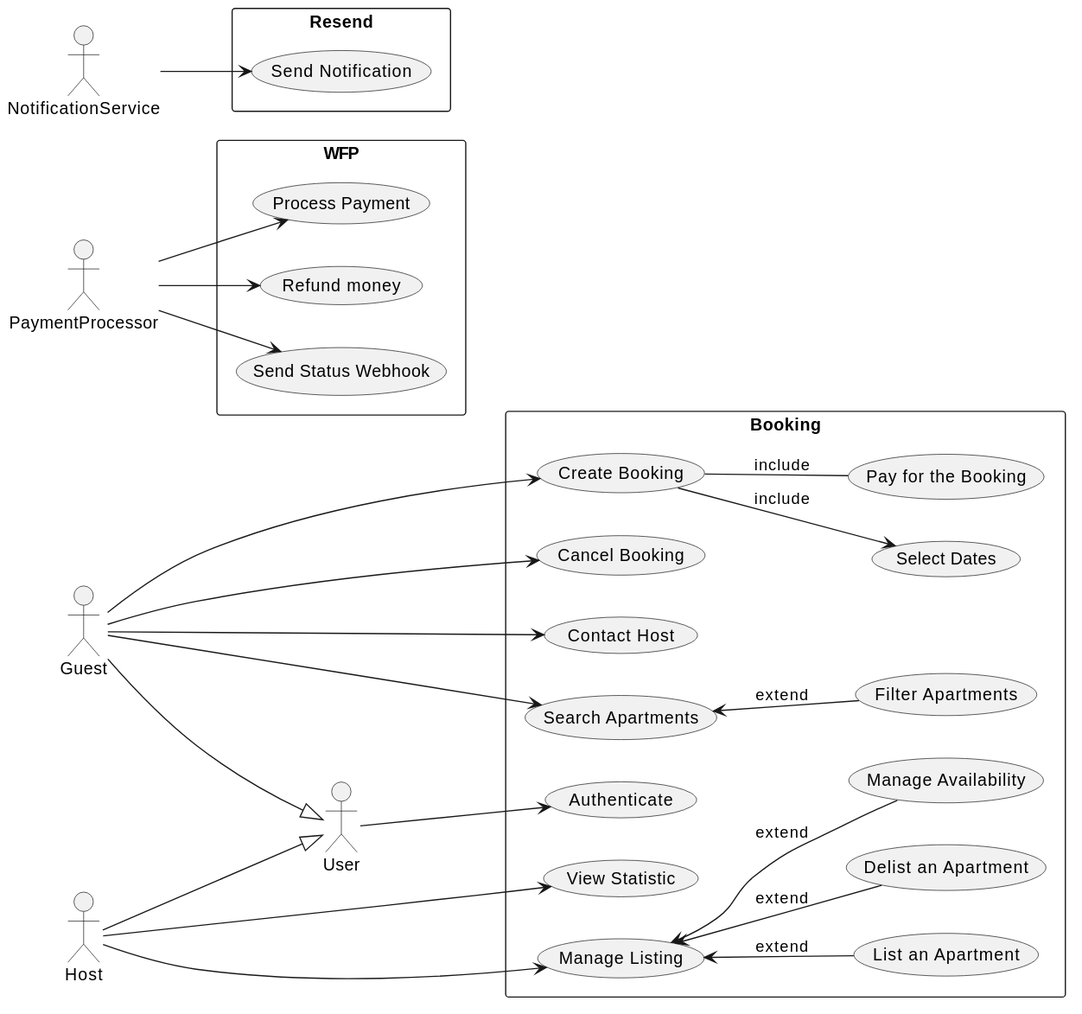
Earlier version of the PlantUML export lab2/ucd.svg (opvlad/kpi-mavpz).
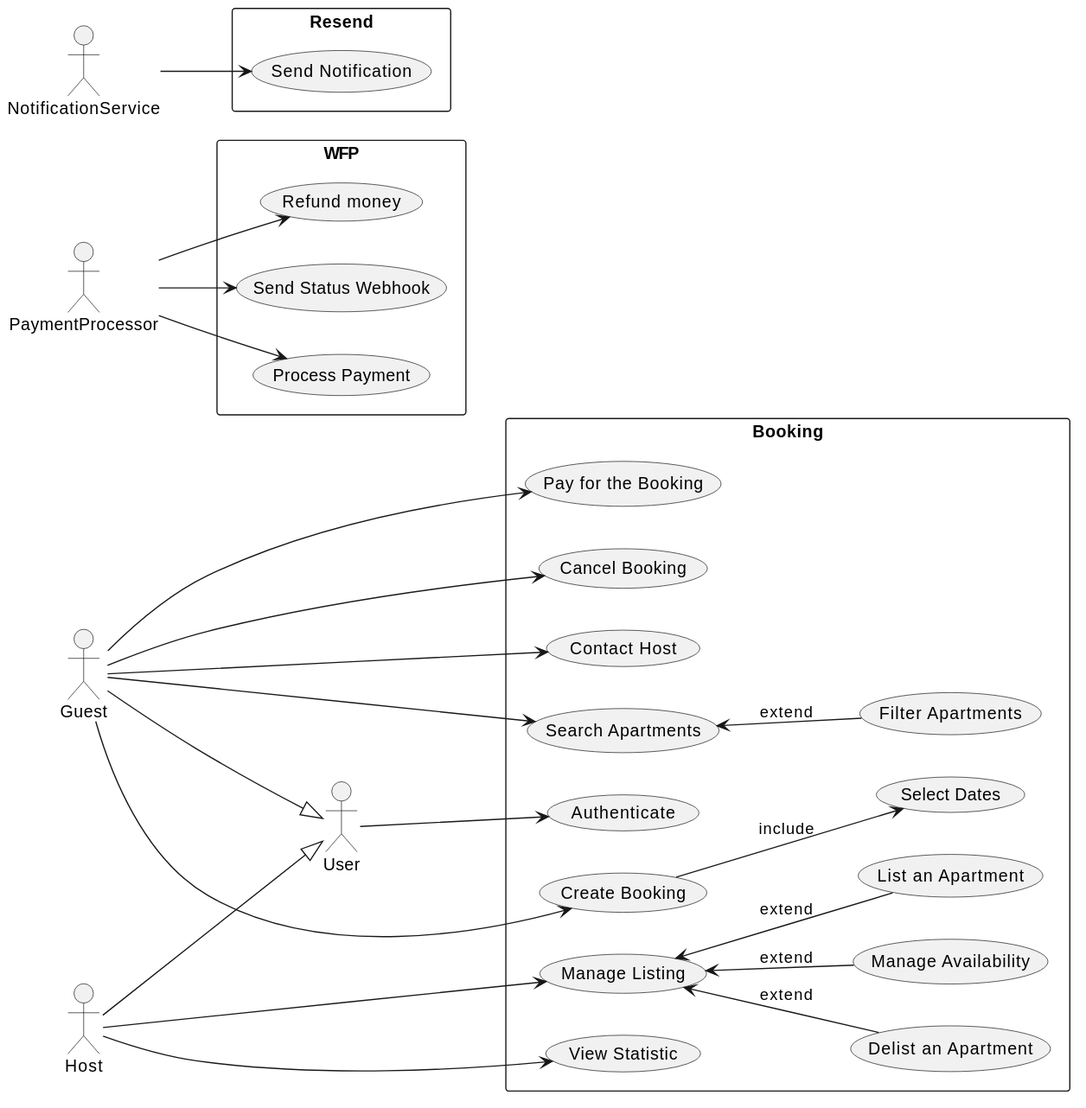
Above is the later version.

Commit message:
fix: separated pay for the booking UC

What changed in the source:
```diff
@@ -1,5 +1,6 @@
 @startuml
 left to right direction
+
 actor User
 actor Guest
 actor Host
@@ -44,12 +45,12 @@
 
 Guest --> "Search Apartments"
 Guest --> "Create Booking"
+Guest --> "Pay for the Booking"
 Guest --> "Cancel Booking"
 Guest --> "Contact Host"
 
 "Search Apartments" <-- "Filter Apartments" : extend
 "Create Booking" --> "Select Dates" : include
-"Create Booking" -- "Pay for the Booking" : include
 
 
 Host --> "Manage Listing"
```
